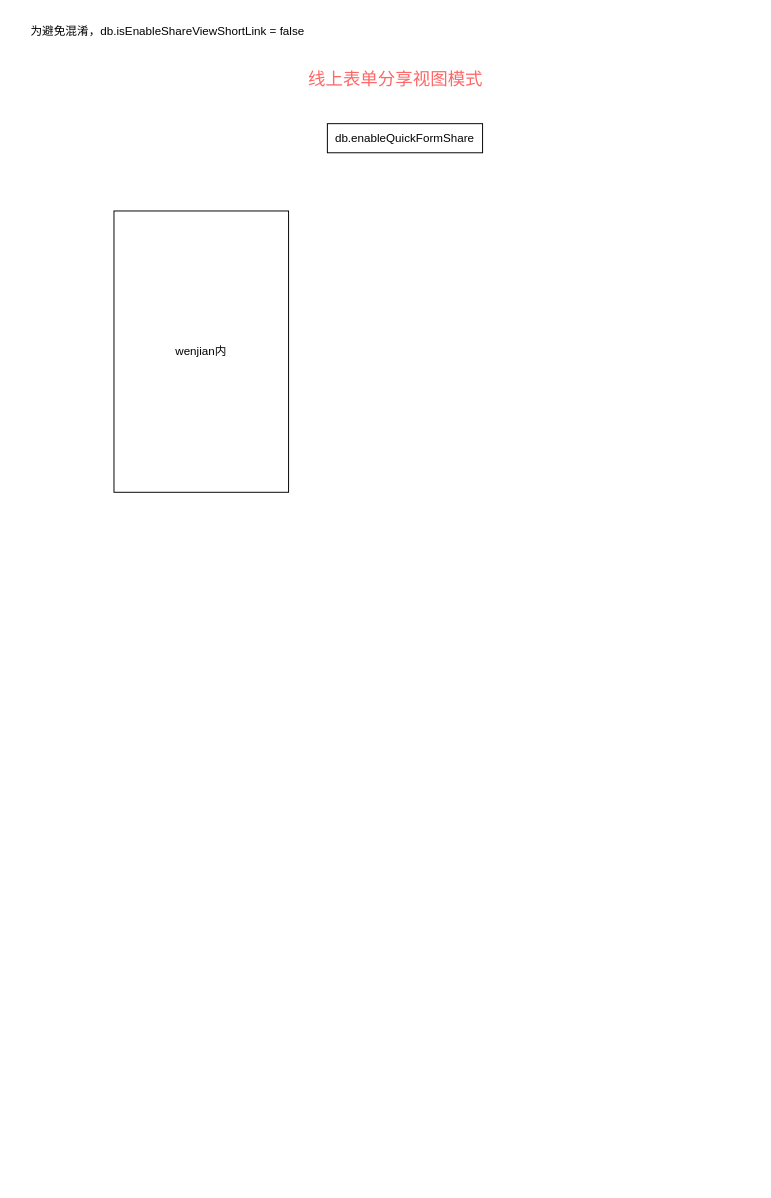
The draw.io diagram micro-mod/db_form.drawio in Ekko306/diagrams.net, before the edit. Source tidied: cells renumbered, new cells numbered last; positions are measured from the earlier drawing's top-left corner, leaving out a move shared by most shapes. Both pictures are drawn from the tidied source at 97%, with x=0, y=0 at pixel (16, 16).
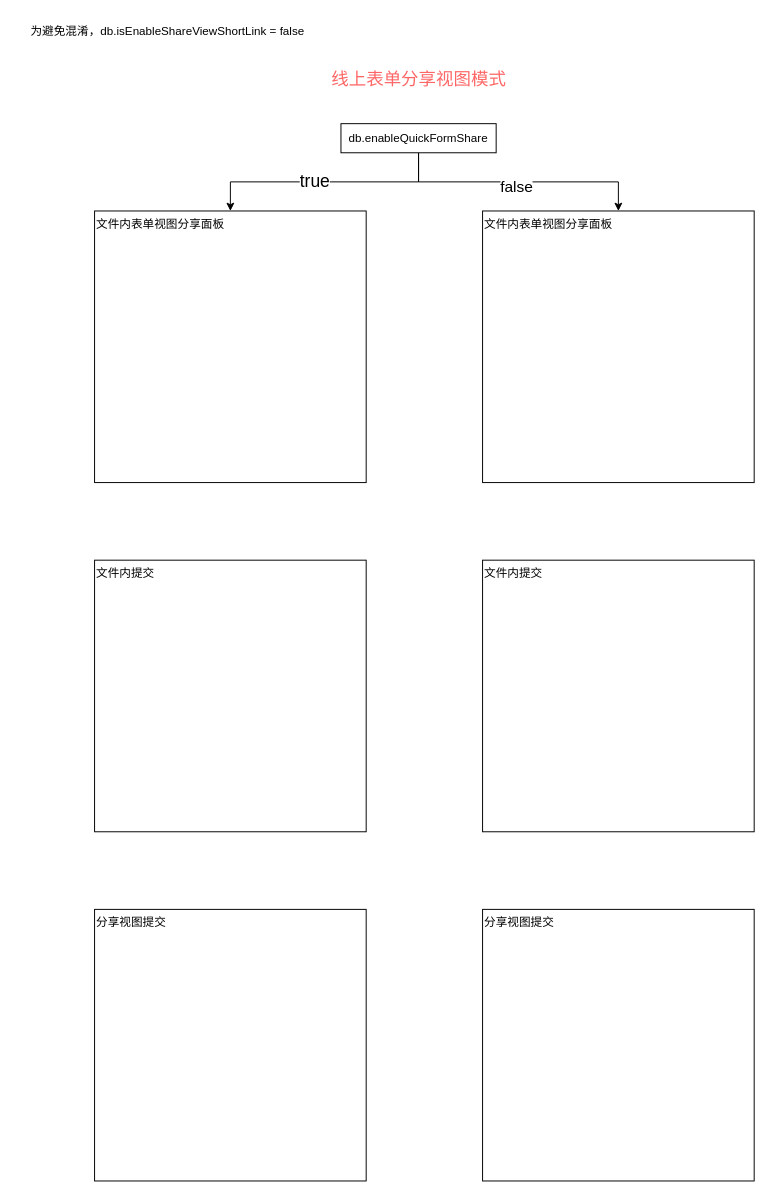
After the change.

What changed in the source:
```diff
@@
 <mxGraphModel>
   <root>
     <mxCell id="0" />
     <mxCell id="1" parent="0" />
     <mxCell id="2" value="为避免混淆，db.isEnableShareViewShortLink = false" style="text;html=1;align=center;verticalAlign=middle;strokeColor=none;fillColor=none;" parent="1" vertex="1">
       <mxGeometry width="310" height="30" as="geometry" />
     </mxCell>
     <mxCell id="3" value="线上表单分享视图模式" style="text;html=1;align=center;verticalAlign=middle;strokeColor=none;fillColor=none;fontColor=#FF6666;fontSize=18;" parent="1" vertex="1">
-      <mxGeometry x="290" y="45" width="200" height="40" as="geometry" />
+      <mxGeometry x="314" y="45" width="200" height="40" as="geometry" />
     </mxCell>
+    <mxCell id="6" style="edgeStyle=orthogonalEdgeStyle;rounded=0;jettySize=auto;html=1;entryX=0.5;entryY=0;entryDx=0;entryDy=0;" parent="1" edge="1" source="4" target="5">
+      <mxGeometry relative="1" as="geometry" />
+    </mxCell>
+    <mxCell id="7" value="true" style="edgeLabel;html=1;align=center;verticalAlign=middle;fontSize=18;" parent="6" vertex="1">
+      <mxGeometry x="0.09" y="-1" relative="1" as="geometry" />
+    </mxCell>
+    <mxCell id="8" style="edgeStyle=orthogonalEdgeStyle;rounded=0;jettySize=auto;html=1;entryX=0.5;entryY=0;entryDx=0;entryDy=0;" parent="1" edge="1" source="4" target="13">
+      <mxGeometry relative="1" as="geometry" />
+    </mxCell>
+    <mxCell id="9" value="false" style="edgeLabel;html=1;align=center;verticalAlign=middle;fontSize=16;" parent="8" vertex="1">
+      <mxGeometry x="-0.02" y="-4" relative="1" as="geometry" />
+    </mxCell>
     <mxCell id="4" value="db.enableQuickFormShare" style="rounded=0;whiteSpace=wrap;html=1;" parent="1" vertex="1">
-      <mxGeometry x="320" y="110" width="160" height="30" as="geometry" />
+      <mxGeometry x="334" y="110" width="160" height="30" as="geometry" />
     </mxCell>
-    <mxCell id="5" value="wenjian内" style="rounded=0;whiteSpace=wrap;html=1;" parent="1" vertex="1">
-      <mxGeometry x="100" y="200" width="180" height="290" as="geometry" />
+    <mxCell id="5" value="文件内表单视图分享面板" style="rounded=0;whiteSpace=wrap;html=1;align=left;verticalAlign=top;" parent="1" vertex="1">
+      <mxGeometry x="80" y="200" width="280" height="280" as="geometry" />
     </mxCell>
+    <mxCell id="10" value="文件内提交" style="rounded=0;whiteSpace=wrap;html=1;align=left;verticalAlign=top;" parent="1" vertex="1">
+      <mxGeometry x="80" y="560" width="280" height="280" as="geometry" />
+    </mxCell>
+    <mxCell id="11" value="分享视图提交" style="rounded=0;whiteSpace=wrap;html=1;align=left;verticalAlign=top;" parent="1" vertex="1">
+      <mxGeometry x="80" y="920" width="280" height="280" as="geometry" />
+    </mxCell>
+    <mxCell id="12" style="edgeStyle=orthogonalEdgeStyle;rounded=0;orthogonalLoop=1;jettySize=auto;html=1;exitX=0.5;exitY=1;exitDx=0;exitDy=0;" parent="1" edge="1" source="4" target="4">
+      <mxGeometry relative="1" as="geometry" />
+    </mxCell>
+    <mxCell id="13" value="文件内表单视图分享面板" style="rounded=0;whiteSpace=wrap;html=1;align=left;verticalAlign=top;" parent="1" vertex="1">
+      <mxGeometry x="480" y="200" width="280" height="280" as="geometry" />
+    </mxCell>
+    <mxCell id="14" value="文件内提交" style="rounded=0;whiteSpace=wrap;html=1;align=left;verticalAlign=top;" parent="1" vertex="1">
+      <mxGeometry x="480" y="560" width="280" height="280" as="geometry" />
+    </mxCell>
+    <mxCell id="15" value="分享视图提交" style="rounded=0;whiteSpace=wrap;html=1;align=left;verticalAlign=top;" parent="1" vertex="1">
+      <mxGeometry x="480" y="920" width="280" height="280" as="geometry" />
+    </mxCell>
   </root>
 </mxGraphModel>
```
